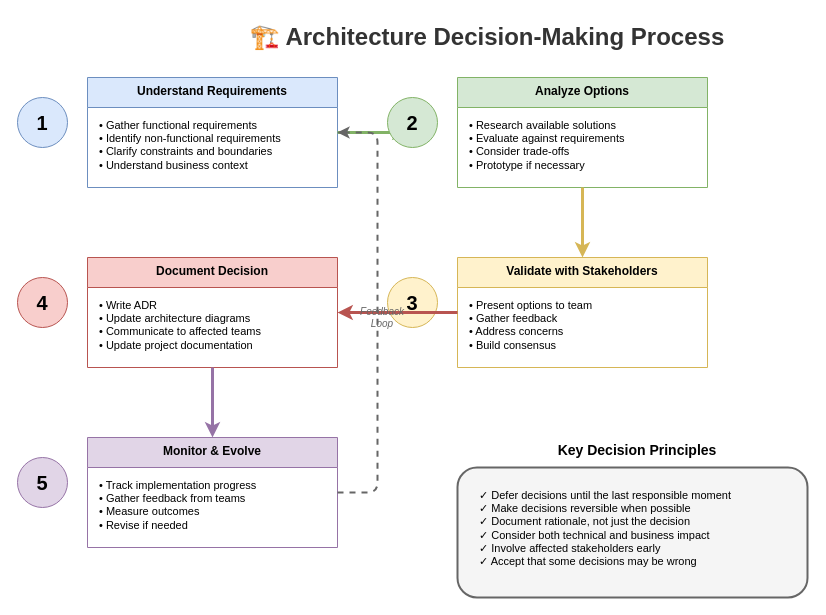
The draw.io diagram lesson-00-software-architect-overview/diagrams/1.4-decision-making-process.drawio in MrParkerZ7/document-lesson-software-architect-x-claude, before the edit. Source tidied: cells renumbered, new cells numbered last; positions are measured from the earlier drawing's top-left corner, leaving out a move shared by most shapes. Both pictures are drawn from the tidied source at 100%, with x=0, y=0 at pixel (17, 17).
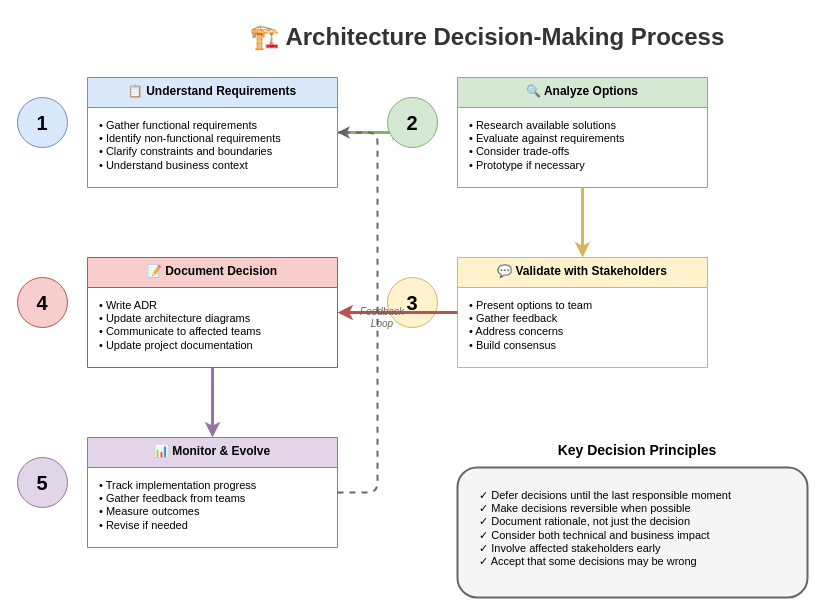
The same page after the edit.

The edit, as a diff of the source:
```diff
@@
-    <mxCell id="4" value="Understand Requirements" style="swimlane;fontStyle=1;align=center;verticalAlign=top;horizontal=1;startSize=30;fillColor=#dae8fc;strokeColor=#6c8ebf;fontSize=12;" parent="1" vertex="1">
+    <mxCell id="4" value="📋 Understand Requirements" style="swimlane;fontStyle=1;align=center;verticalAlign=top;horizontal=1;startSize=30;fillColor=#dae8fc;strokeColor=#6c8ebf;fontSize=12;" parent="1" vertex="1">
       <mxGeometry x="70" y="60" width="250" height="110" as="geometry" />
     </mxCell>
@@
-    <mxCell id="8" value="Analyze Options" style="swimlane;fontStyle=1;align=center;verticalAlign=top;horizontal=1;startSize=30;fillColor=#d5e8d4;strokeColor=#82b366;fontSize=12;" parent="1" vertex="1">
+    <mxCell id="8" value="🔍 Analyze Options" style="swimlane;fontStyle=1;align=center;verticalAlign=top;horizontal=1;startSize=30;fillColor=#d5e8d4;strokeColor=#82b366;fontSize=12;" parent="1" vertex="1">
       <mxGeometry x="440" y="60" width="250" height="110" as="geometry" />
     </mxCell>
@@
-    <mxCell id="12" value="Validate with Stakeholders" style="swimlane;fontStyle=1;align=center;verticalAlign=top;horizontal=1;startSize=30;fillColor=#fff2cc;strokeColor=#d6b656;fontSize=12;" parent="1" vertex="1">
+    <mxCell id="12" value="💬 Validate with Stakeholders" style="swimlane;fontStyle=1;align=center;verticalAlign=top;horizontal=1;startSize=30;fillColor=#fff2cc;strokeColor=#d6b656;fontSize=12;" parent="1" vertex="1">
       <mxGeometry x="440" y="240" width="250" height="110" as="geometry" />
     </mxCell>
@@
-    <mxCell id="16" value="Document Decision" style="swimlane;fontStyle=1;align=center;verticalAlign=top;horizontal=1;startSize=30;fillColor=#f8cecc;strokeColor=#b85450;fontSize=12;" parent="1" vertex="1">
+    <mxCell id="16" value="📝 Document Decision" style="swimlane;fontStyle=1;align=center;verticalAlign=top;horizontal=1;startSize=30;fillColor=#f8cecc;strokeColor=#b85450;fontSize=12;" parent="1" vertex="1">
       <mxGeometry x="70" y="240" width="250" height="110" as="geometry" />
     </mxCell>
@@
-    <mxCell id="20" value="Monitor &amp; Evolve" style="swimlane;fontStyle=1;align=center;verticalAlign=top;horizontal=1;startSize=30;fillColor=#e1d5e7;strokeColor=#9673a6;fontSize=12;" parent="1" vertex="1">
+    <mxCell id="20" value="📊 Monitor &amp; Evolve" style="swimlane;fontStyle=1;align=center;verticalAlign=top;horizontal=1;startSize=30;fillColor=#e1d5e7;strokeColor=#9673a6;fontSize=12;" parent="1" vertex="1">
       <mxGeometry x="70" y="420" width="250" height="110" as="geometry" />
     </mxCell>
```
